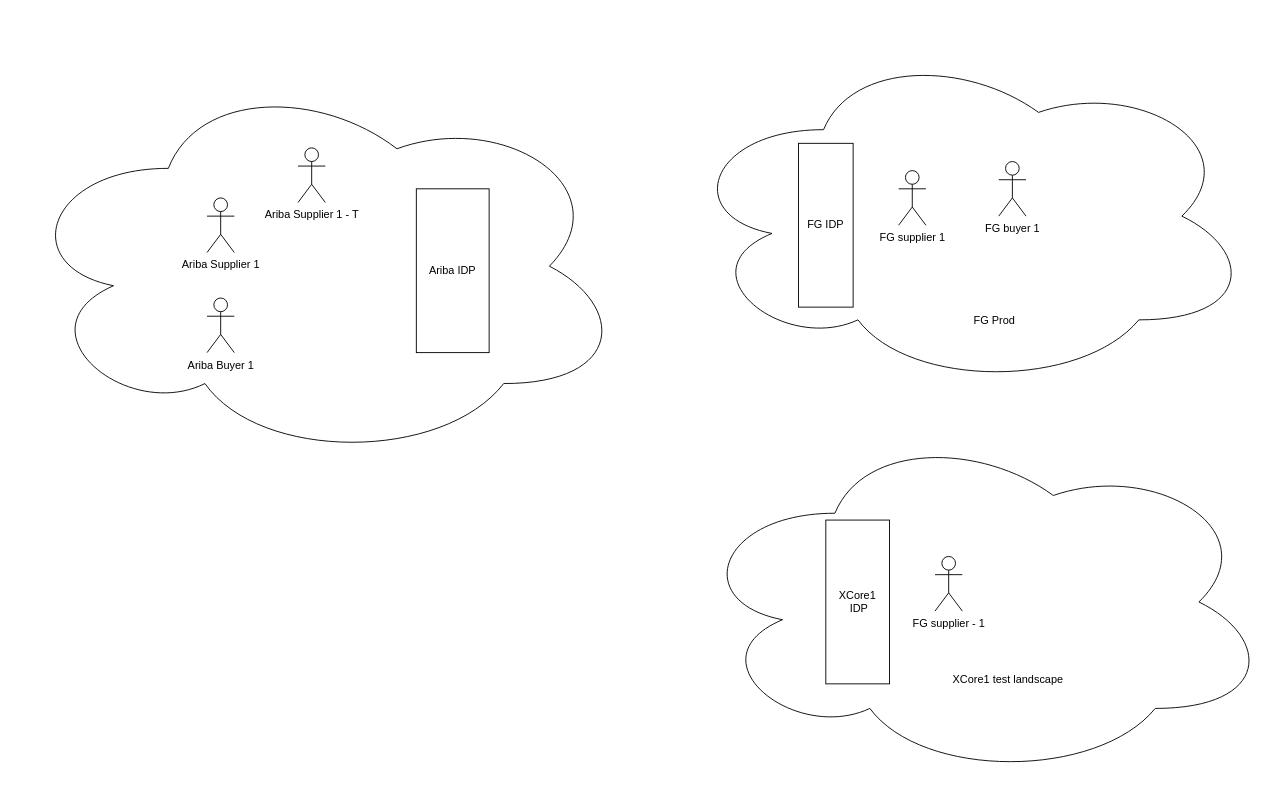
Before: page "Page-5" (5 of 5) of FG-Integration.drawio in huangshijie/Drawio, a draw.io diagram. Source tidied: cells renumbered, new cells numbered last; positions are measured from the earlier drawing's top-left corner, leaving out a move shared by most shapes. Both pictures are drawn from the tidied source at 91%, with x=0, y=0 at pixel (15, 43).
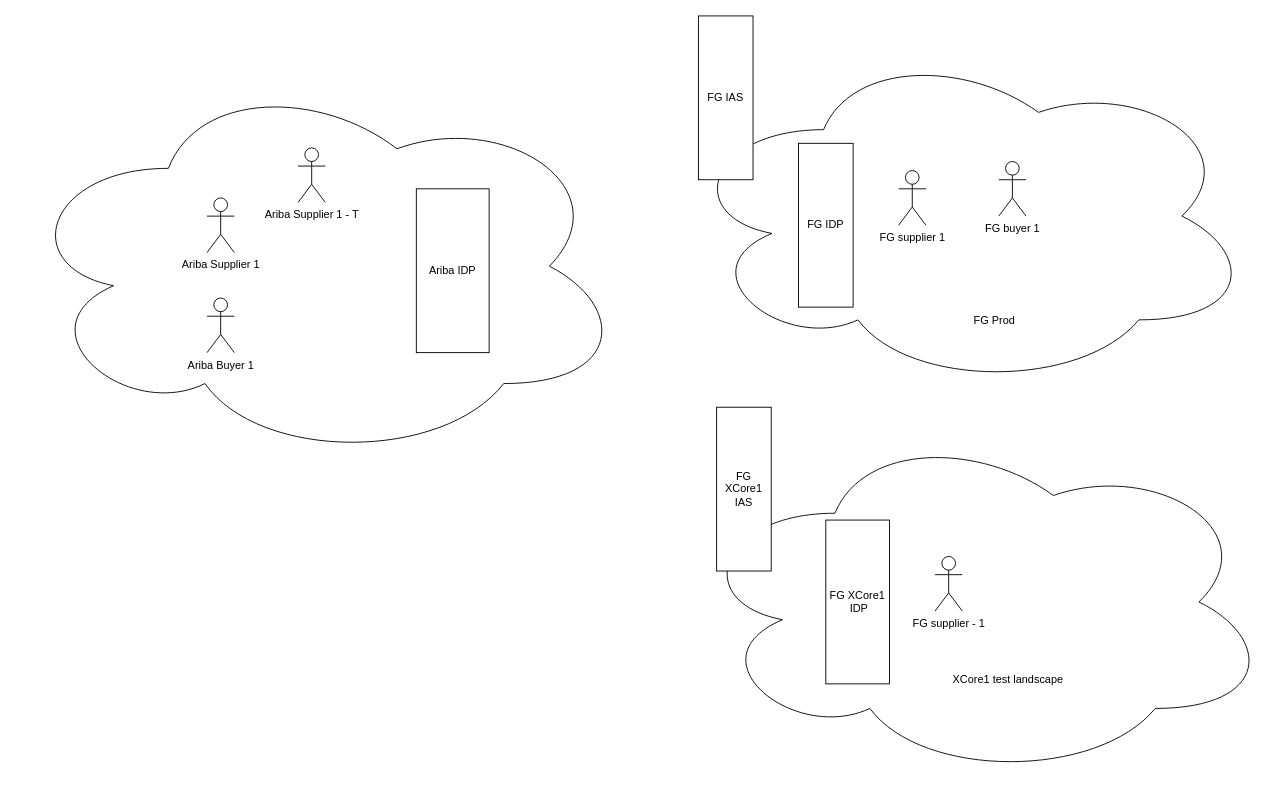
After the change.

The edit, as a diff of the source:
```diff
@@
 <mxGraphModel>
   <root>
     <mxCell id="0" />
     <mxCell id="1" parent="0" />
     <mxCell id="2" style="ellipse;shape=cloud;whiteSpace=wrap;html=1;" parent="1" vertex="1">
       <mxGeometry y="30" width="670" height="430" as="geometry" />
     </mxCell>
     <mxCell id="3" style="ellipse;shape=cloud;whiteSpace=wrap;html=1;" parent="1" vertex="1">
       <mxGeometry x="730" width="630" height="380" as="geometry" />
     </mxCell>
     <mxCell id="4" value="Ariba IDP" style="rounded=0;whiteSpace=wrap;html=1;" parent="1" vertex="1">
       <mxGeometry x="440" y="160" width="80" height="180" as="geometry" />
     </mxCell>
     <mxCell id="5" style="ellipse;shape=cloud;whiteSpace=wrap;html=1;" parent="1" vertex="1">
       <mxGeometry x="740" y="419" width="640" height="390" as="geometry" />
     </mxCell>
     <mxCell id="6" value="XCore1 test landscape" style="text;html=1;align=center;verticalAlign=middle;strokeColor=none;fillColor=none;" parent="1" vertex="1">
       <mxGeometry x="1020" y="684" width="140" height="30" as="geometry" />
     </mxCell>
     <mxCell id="7" value="FG Prod" style="text;html=1;align=center;verticalAlign=middle;strokeColor=none;fillColor=none;" parent="1" vertex="1">
       <mxGeometry x="1040" y="290" width="70" height="30" as="geometry" />
     </mxCell>
     <mxCell id="8" value="FG supplier 1" style="shape=umlActor;verticalLabelPosition=bottom;verticalAlign=top;html=1;" parent="1" vertex="1">
       <mxGeometry x="970" y="140" width="30" height="60" as="geometry" />
     </mxCell>
     <mxCell id="9" value="FG supplier - 1" style="shape=umlActor;verticalLabelPosition=bottom;verticalAlign=top;html=1;" parent="1" vertex="1">
       <mxGeometry x="1010" y="564" width="30" height="60" as="geometry" />
     </mxCell>
     <mxCell id="10" value="FG IDP" style="rounded=0;whiteSpace=wrap;html=1;" parent="1" vertex="1">
       <mxGeometry x="860" y="110" width="60" height="180" as="geometry" />
     </mxCell>
-    <mxCell id="11" value="&lt;div&gt;&lt;span style=&quot;text-wrap-mode: nowrap;&quot;&gt;XCore1&lt;br&gt;&lt;/span&gt;&amp;nbsp;IDP&lt;/div&gt;" style="rounded=0;whiteSpace=wrap;html=1;" parent="1" vertex="1">
+    <mxCell id="11" value="&lt;div&gt;&lt;span style=&quot;text-wrap-mode: nowrap;&quot;&gt;FG XCore1&lt;br&gt;&lt;/span&gt;&amp;nbsp;IDP&lt;/div&gt;" style="rounded=0;whiteSpace=wrap;html=1;" parent="1" vertex="1">
       <mxGeometry x="890" y="524" width="70" height="180" as="geometry" />
     </mxCell>
     <mxCell id="12" value="Ariba Supplier 1" style="shape=umlActor;verticalLabelPosition=bottom;verticalAlign=top;html=1;" parent="1" vertex="1">
       <mxGeometry x="210" y="170" width="30" height="60" as="geometry" />
     </mxCell>
     <mxCell id="13" value="Ariba Supplier 1 - T" style="shape=umlActor;verticalLabelPosition=bottom;verticalAlign=top;html=1;" parent="1" vertex="1">
       <mxGeometry x="310" y="115" width="30" height="60" as="geometry" />
     </mxCell>
     <mxCell id="14" value="Ariba Buyer 1" style="shape=umlActor;verticalLabelPosition=bottom;verticalAlign=top;html=1;" parent="1" vertex="1">
       <mxGeometry x="210" y="280" width="30" height="60" as="geometry" />
     </mxCell>
     <mxCell id="15" value="FG buyer 1" style="shape=umlActor;verticalLabelPosition=bottom;verticalAlign=top;html=1;" parent="1" vertex="1">
       <mxGeometry x="1080" y="130" width="30" height="60" as="geometry" />
     </mxCell>
+    <mxCell id="16" value="FG IAS" style="rounded=0;whiteSpace=wrap;html=1;" parent="1" vertex="1">
+      <mxGeometry x="750" y="-30" width="60" height="180" as="geometry" />
+    </mxCell>
+    <mxCell id="17" value="FG XCore1 IAS" style="rounded=0;whiteSpace=wrap;html=1;" parent="1" vertex="1">
+      <mxGeometry x="770" y="400" width="60" height="180" as="geometry" />
+    </mxCell>
   </root>
 </mxGraphModel>
```
